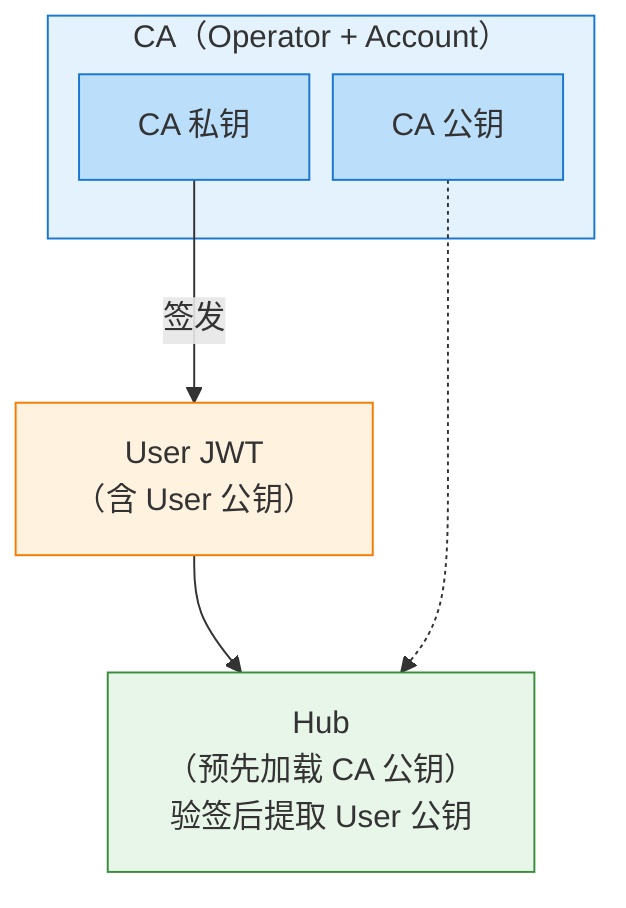
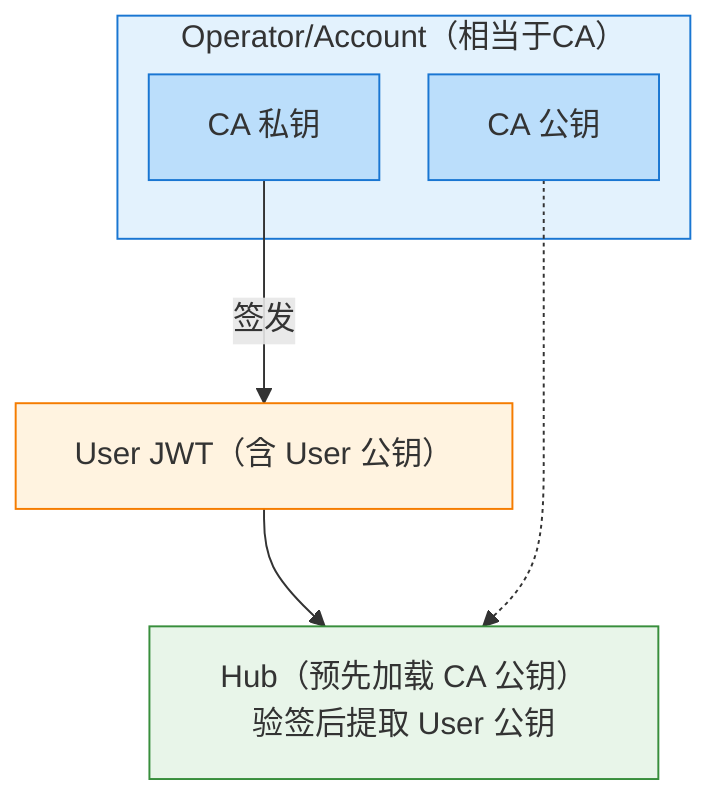
%% 图19 NATS JWT身份认证流程
%%{init: {'flowchart': {'nodeSpacing': 12, 'rankSpacing': 60}}}%%
flowchart TB
-     subgraph CA["CA（Operator + Account）"]
+     subgraph CA["Operator/Account（相当于CA）"]
        CAPri["CA 私钥"]
        CAPub["CA 公钥"]
    end

-     CAPri -->|"签发"| UJWT["User JWT<br/>（含 User 公钥）"]
-     UJWT --> Hub["Hub<br/>（预先加载 CA 公钥）<br/>验签后提取 User 公钥"]
+     CAPri -->|"签发"| UJWT["User JWT（含 User 公钥）"]
+     UJWT --> Hub["Hub（预先加载 CA 公钥）验签后提取 User 公钥"]
    CAPub -.-> Hub

    style CA fill:#e3f2fd,stroke:#1976d2
    style CAPri fill:#bbdefb,stroke:#1976d2
    style CAPub fill:#bbdefb,stroke:#1976d2
    style UJWT fill:#fff3e0,stroke:#f57c00
    style Hub fill:#e8f5e9,stroke:#388e3c
